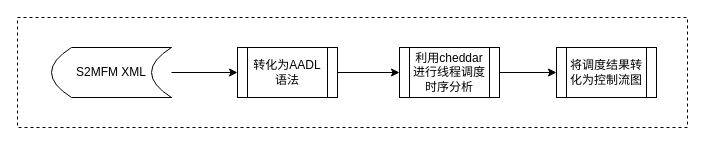
happinessandlove/Pic keeps this draw.io diagram as drawio/control flow.drawio. Above is the earlier version. Source tidied: cells renumbered, new cells numbered last; positions are measured from the earlier drawing's top-left corner, leaving out a move shared by most shapes. Both pictures are drawn from the tidied source at 100%, with x=0, y=0 at pixel (17, 17).
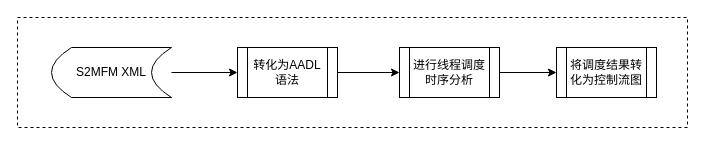
The same page after the edit.

What changed in the source:
```diff
@@
 <mxGraphModel>
   <root>
     <mxCell id="0" />
     <mxCell id="1" parent="0" />
     <mxCell id="2" style="rounded=0;whiteSpace=wrap;html=1;fillColor=none;dashed=1;" parent="1" vertex="1">
       <mxGeometry width="670" height="110" as="geometry" />
     </mxCell>
     <mxCell id="3" style="edgeStyle=orthogonalEdgeStyle;rounded=0;jettySize=auto;html=1;entryX=0;entryY=0.5;entryDx=0;entryDy=0;" parent="1" edge="1" source="4" target="8">
       <mxGeometry relative="1" as="geometry" />
     </mxCell>
     <mxCell id="4" value="转化为AADL语法" style="shape=process;whiteSpace=wrap;html=1;backgroundOutline=1;" parent="1" vertex="1">
       <mxGeometry x="220" y="30" width="100" height="50" as="geometry" />
     </mxCell>
     <mxCell id="5" style="edgeStyle=orthogonalEdgeStyle;rounded=0;jettySize=auto;html=1;entryX=0;entryY=0.5;entryDx=0;entryDy=0;" parent="1" edge="1" source="6" target="4">
       <mxGeometry relative="1" as="geometry" />
     </mxCell>
     <mxCell id="6" value="S2MFM XML" style="shape=dataStorage;whiteSpace=wrap;html=1;fixedSize=1;" parent="1" vertex="1">
       <mxGeometry x="34" y="30" width="120" height="50" as="geometry" />
     </mxCell>
     <mxCell id="7" style="edgeStyle=orthogonalEdgeStyle;rounded=0;jettySize=auto;html=1;entryX=0;entryY=0.5;entryDx=0;entryDy=0;" parent="1" edge="1" source="8" target="9">
       <mxGeometry relative="1" as="geometry" />
     </mxCell>
-    <mxCell id="8" value="利用cheddar进行线程调度时序分析" style="shape=process;whiteSpace=wrap;html=1;backgroundOutline=1;" parent="1" vertex="1">
+    <mxCell id="8" value="进行线程调度时序分析" style="shape=process;whiteSpace=wrap;html=1;backgroundOutline=1;" parent="1" vertex="1">
       <mxGeometry x="382" y="30" width="100" height="50" as="geometry" />
     </mxCell>
     <mxCell id="9" value="将调度结果转化为控制流图" style="shape=process;whiteSpace=wrap;html=1;backgroundOutline=1;" parent="1" vertex="1">
       <mxGeometry x="539" y="30" width="100" height="50" as="geometry" />
     </mxCell>
   </root>
 </mxGraphModel>
```
